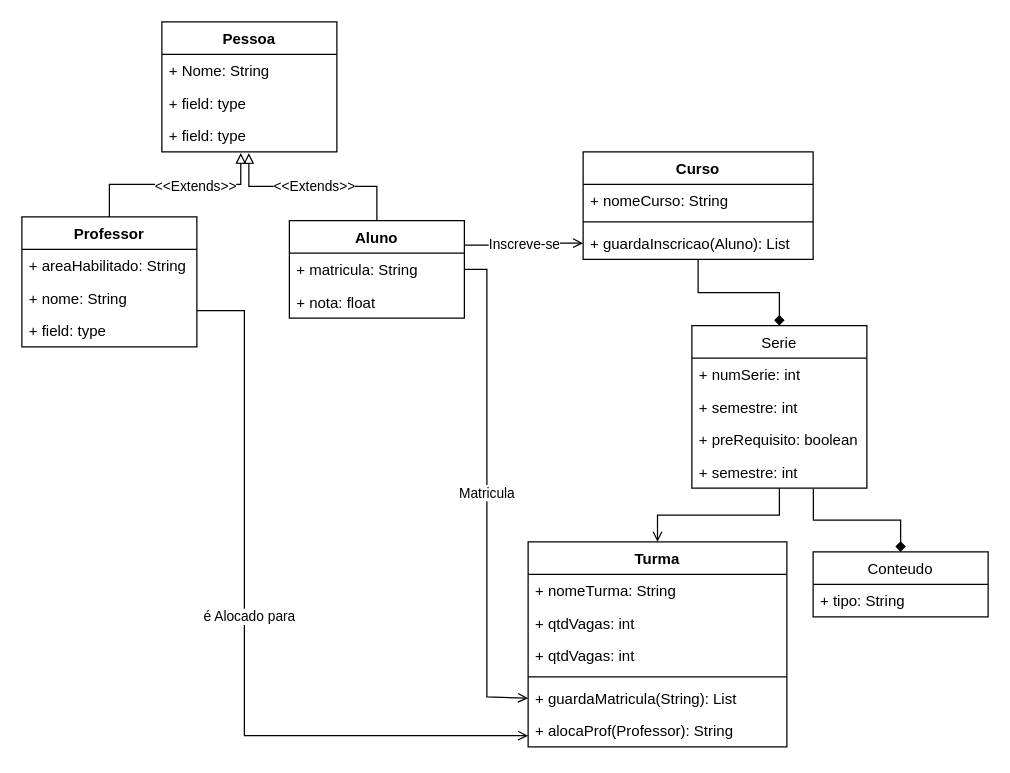
Before: AnaliseDeSistemas.drawio in jramso/LinguagemC_casa, a draw.io diagram. Source tidied: cells renumbered, new cells numbered last; positions are measured from the earlier drawing's top-left corner, leaving out a move shared by most shapes. Both pictures are drawn from the tidied source at 125%, with x=0, y=0 at pixel (21, 21).
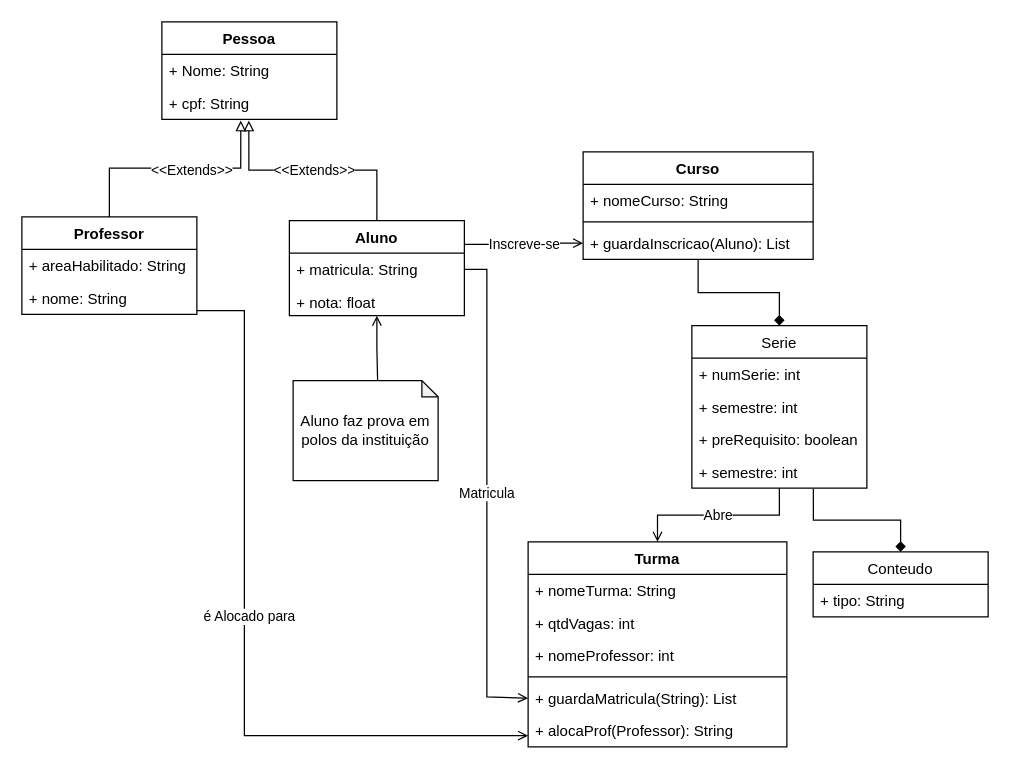
Above is the later version.

Unchanged cells that the change refers to:
```xml
<mxCell id="22" value="Serie" style="swimlane;fontStyle=0;horizontal=1;startSize=26;fillColor=none;" parent="1" vertex="1">
  <mxGeometry x="536" y="243" width="140" height="130" as="geometry" />
</mxCell>
<mxCell id="28" value="Turma" style="swimlane;fontStyle=1;align=center;verticalAlign=top;horizontal=1;startSize=26;" parent="1" vertex="1">
  <mxGeometry x="405" y="416" width="207" height="164" as="geometry" />
</mxCell>
```

What changed in the source:
```diff
@@
     <mxCell id="2" value="Pessoa" style="swimlane;fontStyle=1;horizontal=1;startSize=26;fillColor=none;" parent="1" vertex="1">
-      <mxGeometry x="112" width="140" height="104" as="geometry" />
+      <mxGeometry x="112" width="140" height="78" as="geometry" />
     </mxCell>
@@
-    <mxCell id="4" value="+ field: type" style="text;strokeColor=none;fillColor=none;align=left;verticalAlign=top;spacingLeft=4;spacingRight=4;overflow=hidden;" parent="2" vertex="1">
-      <mxGeometry y="52" width="140" height="26" as="geometry" />
-    </mxCell>
-    <mxCell id="5" value="+ field: type" style="text;strokeColor=none;fillColor=none;align=left;verticalAlign=top;spacingLeft=4;spacingRight=4;overflow=hidden;points=[[0,0.5],[1,0.5]];portConstraint=eastwest;" parent="2" vertex="1">
-      <mxGeometry y="78" width="140" height="26" as="geometry" />
+    <mxCell id="5" value="+ cpf: String" style="text;strokeColor=none;fillColor=none;align=left;verticalAlign=top;spacingLeft=4;spacingRight=4;overflow=hidden;points=[[0,0.5],[1,0.5]];portConstraint=eastwest;" parent="2" vertex="1">
+      <mxGeometry y="52" width="140" height="26" as="geometry" />
     </mxCell>
@@
     <mxCell id="8" value="Professor" style="swimlane;fontStyle=1;horizontal=1;startSize=26;fillColor=none;" parent="1" vertex="1">
-      <mxGeometry y="156" width="140" height="104" as="geometry" />
+      <mxGeometry y="156" width="140" height="78" as="geometry" />
     </mxCell>
@@
-    <mxCell id="11" value="+ field: type" style="text;strokeColor=none;fillColor=none;align=left;verticalAlign=top;spacingLeft=4;spacingRight=4;overflow=hidden;" parent="8" vertex="1">
-      <mxGeometry y="78" width="140" height="26" as="geometry" />
-    </mxCell>
@@
+    <mxCell id="41" style="edgeStyle=orthogonalEdgeStyle;rounded=0;jettySize=auto;html=1;entryX=0.583;entryY=0.018;entryDx=0;entryDy=0;entryPerimeter=0;startArrow=open;startFill=0;endArrow=none;endFill=0;" parent="1" edge="1" source="13" target="42">
+      <mxGeometry relative="1" as="geometry" />
+    </mxCell>
     <mxCell id="13" value="Aluno" style="swimlane;fontStyle=1;horizontal=1;startSize=26;fillColor=none;" parent="1" vertex="1">
-      <mxGeometry x="214" y="159" width="140" height="78" as="geometry" />
+      <mxGeometry x="214" y="159" width="140" height="76" as="geometry" />
     </mxCell>
@@
     <mxCell id="15" value="+ nota: float" style="text;strokeColor=none;fillColor=none;align=left;verticalAlign=top;spacingLeft=4;spacingRight=4;overflow=hidden;" parent="13" vertex="1">
-      <mxGeometry y="52" width="140" height="26" as="geometry" />
+      <mxGeometry y="52" width="140" height="24" as="geometry" />
     </mxCell>
@@
-    <mxCell id="27" style="edgeStyle=orthogonalEdgeStyle;rounded=0;jettySize=auto;html=1;endArrow=none;endFill=0;startArrow=open;startFill=0;" parent="1" edge="1" source="28" target="22">
+    <mxCell id="27" value="Abre" style="edgeStyle=orthogonalEdgeStyle;rounded=0;jettySize=auto;html=1;endArrow=none;endFill=0;startArrow=open;startFill=0;" parent="1" edge="1" source="28" target="22">
       <mxGeometry relative="1" as="geometry" />
     </mxCell>
@@
-    <mxCell id="31" value="+ qtdVagas: int" style="text;strokeColor=none;fillColor=none;align=left;verticalAlign=top;spacingLeft=4;spacingRight=4;overflow=hidden;" parent="28" vertex="1">
+    <mxCell id="31" value="+ nomeProfessor: int" style="text;strokeColor=none;fillColor=none;align=left;verticalAlign=top;spacingLeft=4;spacingRight=4;overflow=hidden;" parent="28" vertex="1">
       <mxGeometry y="78" width="207" height="26" as="geometry" />
     </mxCell>
@@
+    <mxCell id="42" value="Aluno faz prova em polos da instituição" style="shape=note;whiteSpace=wrap;html=1;backgroundOutline=1;darkOpacity=0.05;size=13;" parent="1" vertex="1">
+      <mxGeometry x="217" y="287" width="116" height="80" as="geometry" />
+    </mxCell>
```
